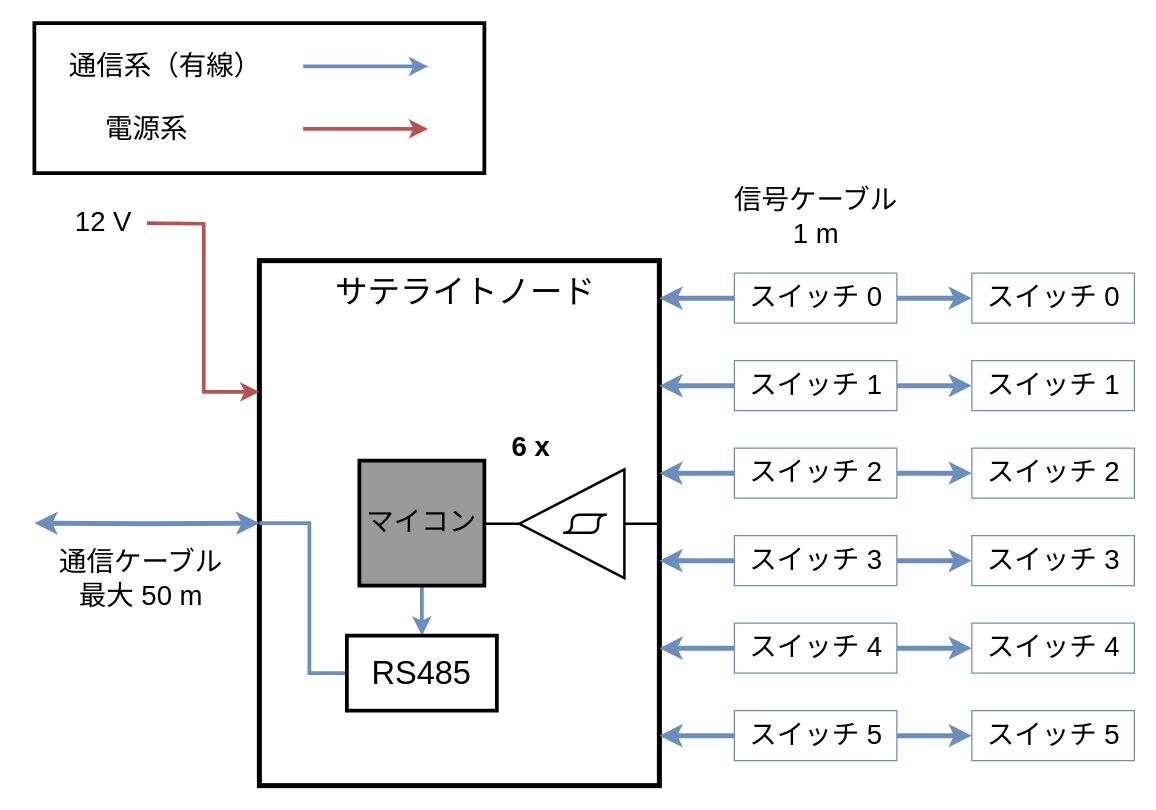
The draw.io diagram Documents/Development/WireingDiagram/SatelliteNode.drawio in tokai-student-rocket-project/Gen6-GSE-Elec, before the edit. Source tidied: cells renumbered, new cells numbered last; positions are measured from the earlier drawing's top-left corner, leaving out a move shared by most shapes. Both pictures are drawn from the tidied source at 125%, with x=0, y=0 at pixel (34, 22).
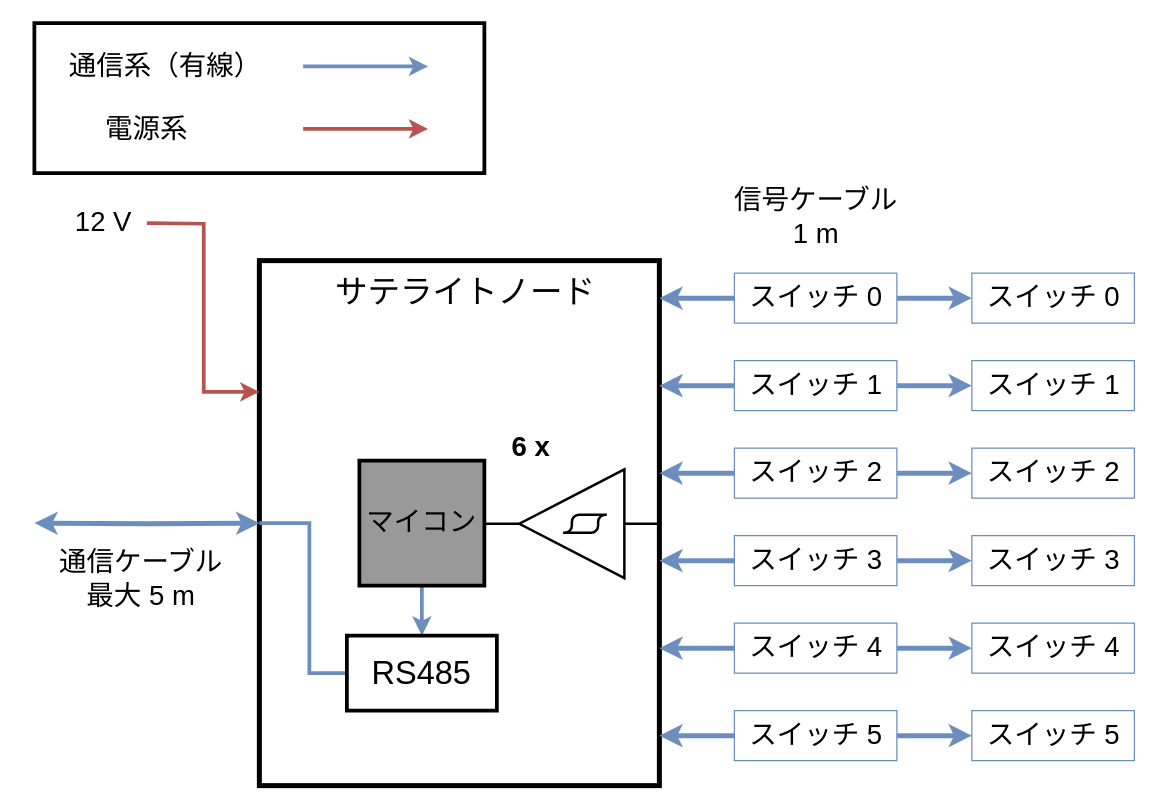
After the change.

The edit, as a diff of the source:
```diff
@@
-    <mxCell id="6" value="&lt;span style=&quot;font-size: 22px;&quot;&gt;通信ケーブル&lt;/span&gt;&lt;div&gt;&lt;span style=&quot;font-size: 22px;&quot;&gt;最大 50 m&lt;/span&gt;&lt;/div&gt;" style="text;html=1;align=center;verticalAlign=middle;strokeColor=none;fillColor=none;" parent="1" vertex="1">
+    <mxCell id="6" value="&lt;span style=&quot;font-size: 22px;&quot;&gt;通信ケーブル&lt;/span&gt;&lt;div&gt;&lt;span style=&quot;font-size: 22px;&quot;&gt;最大 5 m&lt;/span&gt;&lt;/div&gt;" style="text;html=1;align=center;verticalAlign=middle;strokeColor=none;fillColor=none;" parent="1" vertex="1">
       <mxGeometry x="10" y="410" width="150" height="70" as="geometry" />
     </mxCell>
```
